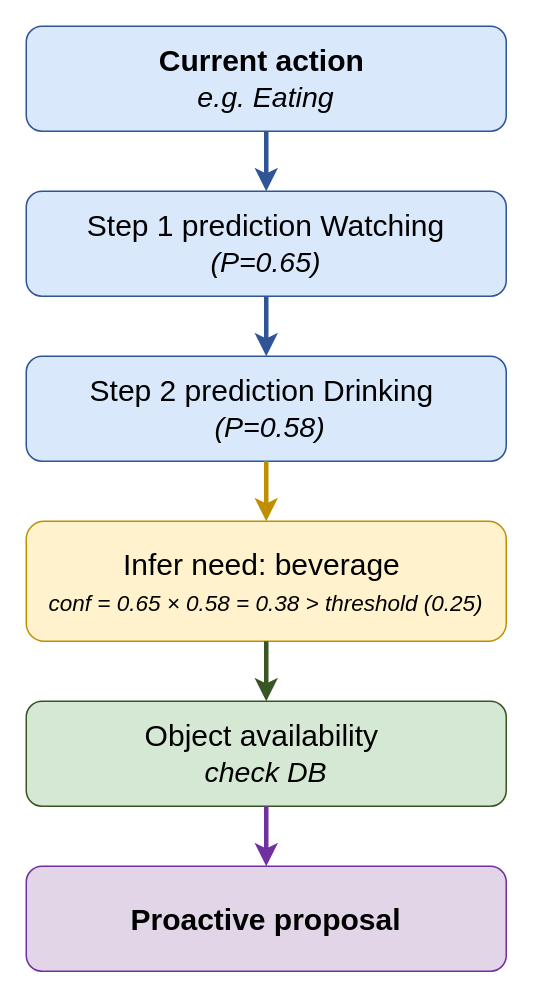
Before: drawch3/3.8_2step_lookahead.drawio in wenny2377/pythonBackend3, a draw.io diagram. Source tidied: cells renumbered, new cells numbered last; positions are measured from the earlier drawing's top-left corner, leaving out a move shared by most shapes. Both pictures are drawn from the tidied source at 150%, with x=0, y=0 at pixel (26, 26).
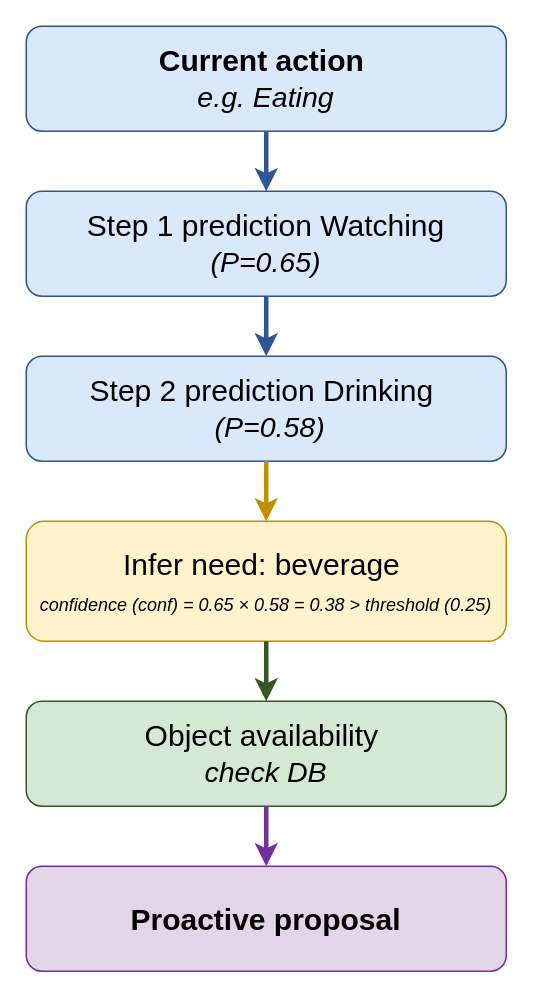
The same page after the edit.

Diff of the diagram source:
```diff
@@
 <mxGraphModel>
   <root>
     <mxCell id="0" />
     <mxCell id="1" parent="0" />
     <mxCell id="2" value="Current action&amp;nbsp;&lt;div&gt;&lt;i&gt;&lt;font style=&quot;font-size: 19px; font-weight: normal;&quot;&gt;e.g. Eating&lt;/font&gt;&lt;/i&gt;&lt;/div&gt;" style="rounded=1;whiteSpace=wrap;html=1;fillColor=#dae8fc;strokeColor=#2f5597;fontColor=#000000;fontSize=20;fontStyle=1;" parent="1" vertex="1">
       <mxGeometry width="320" height="70" as="geometry" />
     </mxCell>
     <mxCell id="3" value="Step 1 prediction Watching&lt;div&gt;&lt;font style=&quot;font-size: 19px;&quot;&gt;&lt;i&gt;(P=0.65)&lt;/i&gt;&lt;/font&gt;&lt;/div&gt;" style="rounded=1;whiteSpace=wrap;html=1;fillColor=#dae8fc;strokeColor=#2f5597;fontColor=#000000;fontSize=20;" parent="1" vertex="1">
       <mxGeometry y="110" width="320" height="70" as="geometry" />
     </mxCell>
     <mxCell id="4" value="Step 2 prediction Drinking&amp;nbsp;&lt;div&gt;&amp;nbsp;&lt;i&gt;&lt;font style=&quot;font-size: 19px;&quot;&gt;(P=0.58)&lt;/font&gt;&lt;/i&gt;&lt;/div&gt;" style="rounded=1;whiteSpace=wrap;html=1;fillColor=#dae8fc;strokeColor=#2f5597;fontColor=#000000;fontSize=20;" parent="1" vertex="1">
       <mxGeometry y="220" width="320" height="70" as="geometry" />
     </mxCell>
-    <mxCell id="5" value="Infer need: beverage&amp;nbsp;&lt;div&gt;&lt;font style=&quot;font-size: 15px;&quot;&gt;&lt;i&gt;conf = 0.65 × 0.58 = 0.38 &amp;gt; threshold (0.25)&lt;/i&gt;&lt;/font&gt;&lt;/div&gt;" style="rounded=1;whiteSpace=wrap;html=1;fillColor=#fff2cc;strokeColor=#bf8f00;fontColor=#000000;fontSize=20;" parent="1" vertex="1">
+    <mxCell id="5" value="Infer need: beverage&amp;nbsp;&lt;div&gt;&lt;font style=&quot;font-size: 12px;&quot;&gt;&lt;i style=&quot;&quot;&gt;confidence (conf) = 0.65 × 0.58 = 0.38 &amp;gt; threshold (0.25)&lt;/i&gt;&lt;/font&gt;&lt;/div&gt;" style="rounded=1;whiteSpace=wrap;html=1;fillColor=#fff2cc;strokeColor=#bf8f00;fontColor=#000000;fontSize=20;" parent="1" vertex="1">
       <mxGeometry y="330" width="320" height="80" as="geometry" />
     </mxCell>
     <mxCell id="6" value="Object availability&amp;nbsp;&lt;div&gt;&lt;i&gt;&lt;font style=&quot;font-size: 19px;&quot;&gt;check DB&lt;/font&gt;&lt;/i&gt;&lt;/div&gt;" style="rounded=1;whiteSpace=wrap;html=1;fillColor=#d5e8d4;strokeColor=#375623;fontColor=#000000;fontSize=20;" parent="1" vertex="1">
       <mxGeometry y="450" width="320" height="70" as="geometry" />
     </mxCell>
     <mxCell id="7" value="Proactive proposal" style="rounded=1;whiteSpace=wrap;html=1;fillColor=#e1d5e7;strokeColor=#7030a0;fontColor=#000000;fontSize=20;fontStyle=1;" parent="1" vertex="1">
       <mxGeometry y="560" width="320" height="70" as="geometry" />
     </mxCell>
     <mxCell id="8" style="edgeStyle=orthogonalEdgeStyle;strokeColor=#2f5597;strokeWidth=3;" parent="1" edge="1" source="2" target="3">
       <mxGeometry relative="1" as="geometry" />
     </mxCell>
     <mxCell id="9" style="edgeStyle=orthogonalEdgeStyle;strokeColor=#2f5597;strokeWidth=3;" parent="1" edge="1" source="3" target="4">
       <mxGeometry relative="1" as="geometry" />
     </mxCell>
     <mxCell id="10" style="edgeStyle=orthogonalEdgeStyle;strokeColor=#bf8f00;strokeWidth=3;" parent="1" edge="1" source="4" target="5">
       <mxGeometry relative="1" as="geometry" />
     </mxCell>
     <mxCell id="11" style="edgeStyle=orthogonalEdgeStyle;strokeColor=#375623;strokeWidth=3;" parent="1" edge="1" source="5" target="6">
       <mxGeometry relative="1" as="geometry" />
     </mxCell>
     <mxCell id="12" style="edgeStyle=orthogonalEdgeStyle;strokeColor=#7030a0;strokeWidth=3;" parent="1" edge="1" source="6" target="7">
       <mxGeometry relative="1" as="geometry" />
     </mxCell>
   </root>
 </mxGraphModel>
```
